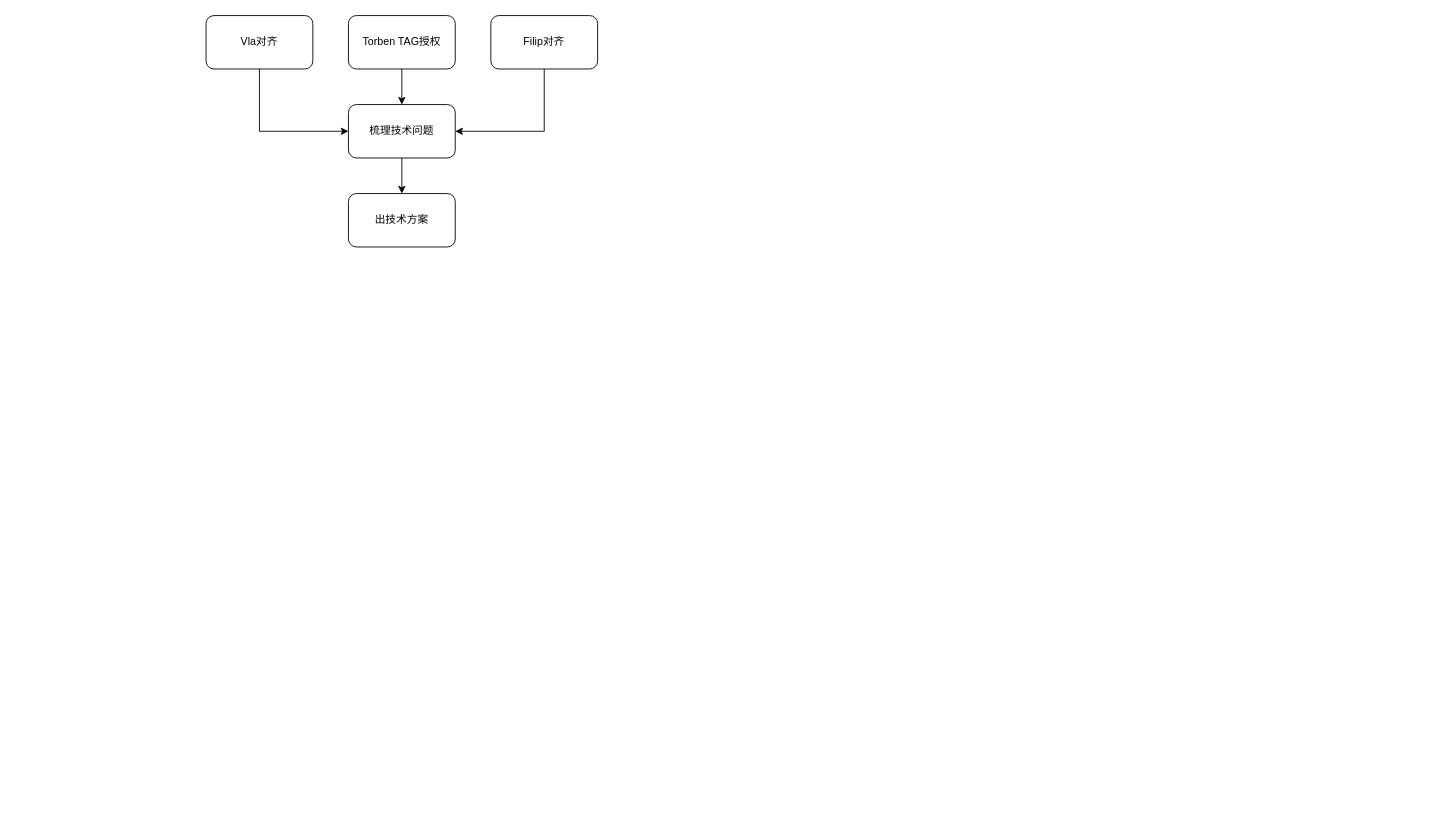
Before: drawio/temp.drawio in VisableHarry/seo-drawio, a draw.io diagram. Source tidied: cells renumbered, new cells numbered last; positions are measured from the earlier drawing's top-left corner, leaving out a move shared by most shapes. Both pictures are drawn from the tidied source at 89%, with x=0, y=0 at pixel (206, 15).
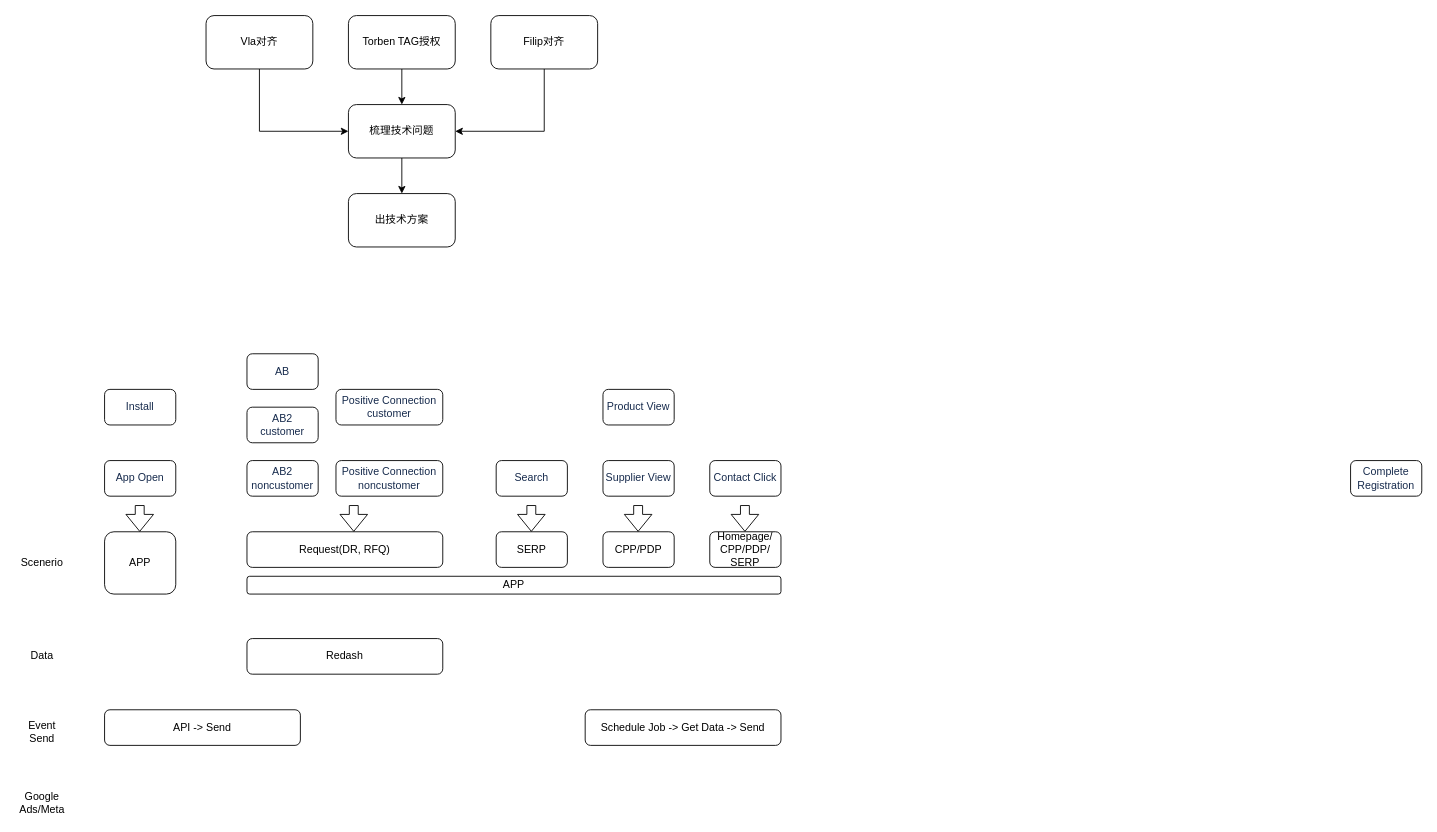
The same diagram, later.

Diff of the diagram source:
```diff
@@
+    <mxCell id="11" value="Request(DR, RFQ)" style="rounded=1;whiteSpace=wrap;html=1;" parent="1" vertex="1">
+      <mxGeometry x="46" y="580" width="220" height="40" as="geometry" />
+    </mxCell>
+    <mxCell id="12" value="&lt;span style=&quot;color: rgb(23, 43, 77); text-align: left; background-color: rgb(255, 255, 255);&quot;&gt;&lt;font style=&quot;font-size: 12px;&quot; face=&quot;Helvetica&quot;&gt;Install&lt;/font&gt;&lt;/span&gt;" style="rounded=1;whiteSpace=wrap;html=1;" parent="1" vertex="1">
+      <mxGeometry x="-114" y="420" width="80" height="40" as="geometry" />
+    </mxCell>
+    <mxCell id="13" value="APP" style="rounded=1;whiteSpace=wrap;html=1;" parent="1" vertex="1">
+      <mxGeometry x="-114" y="580" width="80" height="70" as="geometry" />
+    </mxCell>
+    <mxCell id="14" value="CPP/PDP" style="rounded=1;whiteSpace=wrap;html=1;" parent="1" vertex="1">
+      <mxGeometry x="446" y="580" width="80" height="40" as="geometry" />
+    </mxCell>
+    <mxCell id="15" value="SERP" style="rounded=1;whiteSpace=wrap;html=1;" parent="1" vertex="1">
+      <mxGeometry x="326" y="580" width="80" height="40" as="geometry" />
+    </mxCell>
+    <mxCell id="16" value="&lt;span style=&quot;color: rgb(23, 43, 77); text-align: left; background-color: rgb(255, 255, 255);&quot;&gt;&lt;font style=&quot;font-size: 12px;&quot; face=&quot;Helvetica&quot;&gt;AB&lt;/font&gt;&lt;/span&gt;" style="rounded=1;whiteSpace=wrap;html=1;" parent="1" vertex="1">
+      <mxGeometry x="46" y="380" width="80" height="40" as="geometry" />
+    </mxCell>
+    <mxCell id="17" value="&lt;span style=&quot;color: rgb(23, 43, 77); text-align: left; background-color: rgb(255, 255, 255);&quot;&gt;&lt;font style=&quot;font-size: 12px;&quot; face=&quot;Helvetica&quot;&gt;AB2&lt;/font&gt;&lt;/span&gt;&lt;div&gt;&lt;span style=&quot;color: rgb(23, 43, 77); text-align: left; background-color: rgb(255, 255, 255);&quot;&gt;&lt;font style=&quot;font-size: 12px;&quot; face=&quot;Helvetica&quot;&gt;customer&lt;/font&gt;&lt;/span&gt;&lt;/div&gt;" style="rounded=1;whiteSpace=wrap;html=1;" parent="1" vertex="1">
+      <mxGeometry x="46" y="440" width="80" height="40" as="geometry" />
+    </mxCell>
+    <mxCell id="18" value="&lt;span style=&quot;color: rgb(23, 43, 77); text-align: left; background-color: rgb(255, 255, 255);&quot;&gt;&lt;font style=&quot;font-size: 12px;&quot; face=&quot;Helvetica&quot;&gt;AB2&lt;/font&gt;&lt;/span&gt;&lt;div&gt;&lt;span style=&quot;color: rgb(23, 43, 77); text-align: left; background-color: rgb(255, 255, 255);&quot;&gt;&lt;font style=&quot;font-size: 12px;&quot; face=&quot;Helvetica&quot;&gt;noncustomer&lt;/font&gt;&lt;/span&gt;&lt;/div&gt;" style="rounded=1;whiteSpace=wrap;html=1;" parent="1" vertex="1">
+      <mxGeometry x="46" y="500" width="80" height="40" as="geometry" />
+    </mxCell>
+    <mxCell id="19" value="&lt;span style=&quot;color: rgb(23, 43, 77); text-align: left; background-color: rgb(255, 255, 255);&quot;&gt;&lt;font style=&quot;font-size: 12px;&quot; face=&quot;Helvetica&quot;&gt;Positive Connection&lt;/font&gt;&lt;/span&gt;&lt;div&gt;&lt;span style=&quot;color: rgb(23, 43, 77); text-align: left; background-color: rgb(255, 255, 255);&quot;&gt;&lt;font style=&quot;font-size: 12px;&quot; face=&quot;Helvetica&quot;&gt;customer&lt;/font&gt;&lt;/span&gt;&lt;/div&gt;" style="rounded=1;whiteSpace=wrap;html=1;" parent="1" vertex="1">
+      <mxGeometry x="146" y="420" width="120" height="40" as="geometry" />
+    </mxCell>
+    <mxCell id="20" value="&lt;font face=&quot;Helvetica&quot; style=&quot;font-size: 12px;&quot;&gt;&lt;span style=&quot;color: rgb(23, 43, 77); text-align: left; background-color: rgb(255, 255, 255);&quot;&gt;Positive Connection&lt;/span&gt;&lt;/font&gt;&lt;div&gt;&lt;font face=&quot;Helvetica&quot; style=&quot;font-size: 12px;&quot;&gt;&lt;span style=&quot;color: rgb(23, 43, 77); text-align: left; background-color: rgb(255, 255, 255);&quot;&gt;non&lt;/span&gt;&lt;span style=&quot;color: rgb(23, 43, 77); text-align: left; background-color: rgb(255, 255, 255);&quot;&gt;customer&lt;/span&gt;&lt;/font&gt;&lt;/div&gt;" style="rounded=1;whiteSpace=wrap;html=1;" parent="1" vertex="1">
+      <mxGeometry x="146" y="500" width="120" height="40" as="geometry" />
+    </mxCell>
+    <mxCell id="21" value="&lt;span style=&quot;color: rgb(23, 43, 77); text-align: left; background-color: rgb(255, 255, 255);&quot;&gt;&lt;font style=&quot;font-size: 12px;&quot;&gt;App Open&lt;/font&gt;&lt;/span&gt;" style="rounded=1;whiteSpace=wrap;html=1;" parent="1" vertex="1">
+      <mxGeometry x="-114" y="500" width="80" height="40" as="geometry" />
+    </mxCell>
+    <mxCell id="22" value="&lt;span style=&quot;color: rgb(23, 43, 77); text-align: left; background-color: rgb(255, 255, 255);&quot;&gt;&lt;font style=&quot;font-size: 12px;&quot;&gt;Search&lt;/font&gt;&lt;/span&gt;" style="rounded=1;whiteSpace=wrap;html=1;" parent="1" vertex="1">
+      <mxGeometry x="326" y="500" width="80" height="40" as="geometry" />
+    </mxCell>
+    <mxCell id="23" value="&lt;span style=&quot;color: rgb(23, 43, 77); text-align: left; background-color: rgb(255, 255, 255);&quot;&gt;&lt;font style=&quot;font-size: 12px;&quot; face=&quot;Helvetica&quot;&gt;Product View&lt;/font&gt;&lt;/span&gt;" style="rounded=1;whiteSpace=wrap;html=1;" parent="1" vertex="1">
+      <mxGeometry x="446" y="420" width="80" height="40" as="geometry" />
+    </mxCell>
+    <mxCell id="24" value="&lt;span style=&quot;color: rgb(23, 43, 77); text-align: left; background-color: rgb(255, 255, 255);&quot;&gt;&lt;font style=&quot;font-size: 12px;&quot; face=&quot;Helvetica&quot;&gt;Supplier View&lt;/font&gt;&lt;/span&gt;" style="rounded=1;whiteSpace=wrap;html=1;" parent="1" vertex="1">
+      <mxGeometry x="446" y="500" width="80" height="40" as="geometry" />
+    </mxCell>
+    <mxCell id="25" value="&lt;span style=&quot;color: rgb(23, 43, 77); text-align: left; background-color: rgb(255, 255, 255);&quot;&gt;&lt;font style=&quot;font-size: 12px;&quot;&gt;Contact Click&lt;/font&gt;&lt;/span&gt;" style="rounded=1;whiteSpace=wrap;html=1;" parent="1" vertex="1">
+      <mxGeometry x="566" y="500" width="80" height="40" as="geometry" />
+    </mxCell>
+    <mxCell id="26" value="&lt;span style=&quot;color: rgb(23, 43, 77); text-align: left; background-color: rgb(255, 255, 255);&quot;&gt;&lt;font style=&quot;font-size: 12px;&quot; face=&quot;Helvetica&quot;&gt;Complete Registration&lt;/font&gt;&lt;/span&gt;" style="rounded=1;whiteSpace=wrap;html=1;" parent="1" vertex="1">
+      <mxGeometry x="1286" y="500" width="80" height="40" as="geometry" />
+    </mxCell>
+    <mxCell id="27" value="Scenerio" style="text;html=1;whiteSpace=wrap;strokeColor=none;fillColor=none;align=center;verticalAlign=middle;rounded=0;" parent="1" vertex="1">
+      <mxGeometry x="-214" y="600" width="60" height="30" as="geometry" />
+    </mxCell>
+    <mxCell id="28" value="Homepage/&lt;div&gt;CPP/PDP/&lt;/div&gt;&lt;div&gt;SERP&lt;/div&gt;" style="rounded=1;whiteSpace=wrap;html=1;" parent="1" vertex="1">
+      <mxGeometry x="566" y="580" width="80" height="40" as="geometry" />
+    </mxCell>
+    <mxCell id="29" value="APP" style="rounded=1;whiteSpace=wrap;html=1;" parent="1" vertex="1">
+      <mxGeometry x="46" y="630" width="600" height="20" as="geometry" />
+    </mxCell>
+    <mxCell id="30" value="Data" style="text;html=1;whiteSpace=wrap;strokeColor=none;fillColor=none;align=center;verticalAlign=middle;rounded=0;" parent="1" vertex="1">
+      <mxGeometry x="-214" y="705" width="60" height="30" as="geometry" />
+    </mxCell>
+    <mxCell id="31" value="Redash" style="rounded=1;whiteSpace=wrap;html=1;" parent="1" vertex="1">
+      <mxGeometry x="46" y="700" width="220" height="40" as="geometry" />
+    </mxCell>
+    <mxCell id="32" value="Event Send" style="text;html=1;whiteSpace=wrap;strokeColor=none;fillColor=none;align=center;verticalAlign=middle;rounded=0;" parent="1" vertex="1">
+      <mxGeometry x="-214" y="790" width="60" height="30" as="geometry" />
+    </mxCell>
+    <mxCell id="33" value="API -&amp;gt; Send" style="rounded=1;whiteSpace=wrap;html=1;" parent="1" vertex="1">
+      <mxGeometry x="-114" y="780" width="220" height="40" as="geometry" />
+    </mxCell>
+    <mxCell id="34" value="Schedule Job -&amp;gt; Get Data -&amp;gt; Send" style="rounded=1;whiteSpace=wrap;html=1;" parent="1" vertex="1">
+      <mxGeometry x="426" y="780" width="220" height="40" as="geometry" />
+    </mxCell>
+    <mxCell id="35" value="Google Ads/Meta" style="text;html=1;whiteSpace=wrap;strokeColor=none;fillColor=none;align=center;verticalAlign=middle;rounded=0;" parent="1" vertex="1">
+      <mxGeometry x="-214" y="870" width="60" height="30" as="geometry" />
+    </mxCell>
+    <mxCell id="36" style="shape=flexArrow;endArrow=classic;html=1;rounded=0;" parent="1" edge="1">
+      <mxGeometry relative="1" as="geometry">
+        <mxPoint x="166" y="550" as="sourcePoint" />
+        <mxPoint x="166" y="580" as="targetPoint" />
+      </mxGeometry>
+    </mxCell>
+    <mxCell id="37" style="shape=flexArrow;endArrow=classic;html=1;rounded=0;" parent="1" edge="1">
+      <mxGeometry relative="1" as="geometry">
+        <mxPoint x="-74.5" y="550" as="sourcePoint" />
+        <mxPoint x="-74.5" y="580" as="targetPoint" />
+      </mxGeometry>
+    </mxCell>
+    <mxCell id="38" style="shape=flexArrow;endArrow=classic;html=1;rounded=0;" parent="1" edge="1">
+      <mxGeometry relative="1" as="geometry">
+        <mxPoint x="365.5" y="550" as="sourcePoint" />
+        <mxPoint x="365.5" y="580" as="targetPoint" />
+      </mxGeometry>
+    </mxCell>
+    <mxCell id="39" style="shape=flexArrow;endArrow=classic;html=1;rounded=0;" parent="1" edge="1">
+      <mxGeometry relative="1" as="geometry">
+        <mxPoint x="485.5" y="550" as="sourcePoint" />
+        <mxPoint x="485.5" y="580" as="targetPoint" />
+      </mxGeometry>
+    </mxCell>
+    <mxCell id="40" style="shape=flexArrow;endArrow=classic;html=1;rounded=0;" parent="1" edge="1">
+      <mxGeometry relative="1" as="geometry">
+        <mxPoint x="605.5" y="550" as="sourcePoint" />
+        <mxPoint x="605.5" y="580" as="targetPoint" />
+      </mxGeometry>
+    </mxCell>
```
